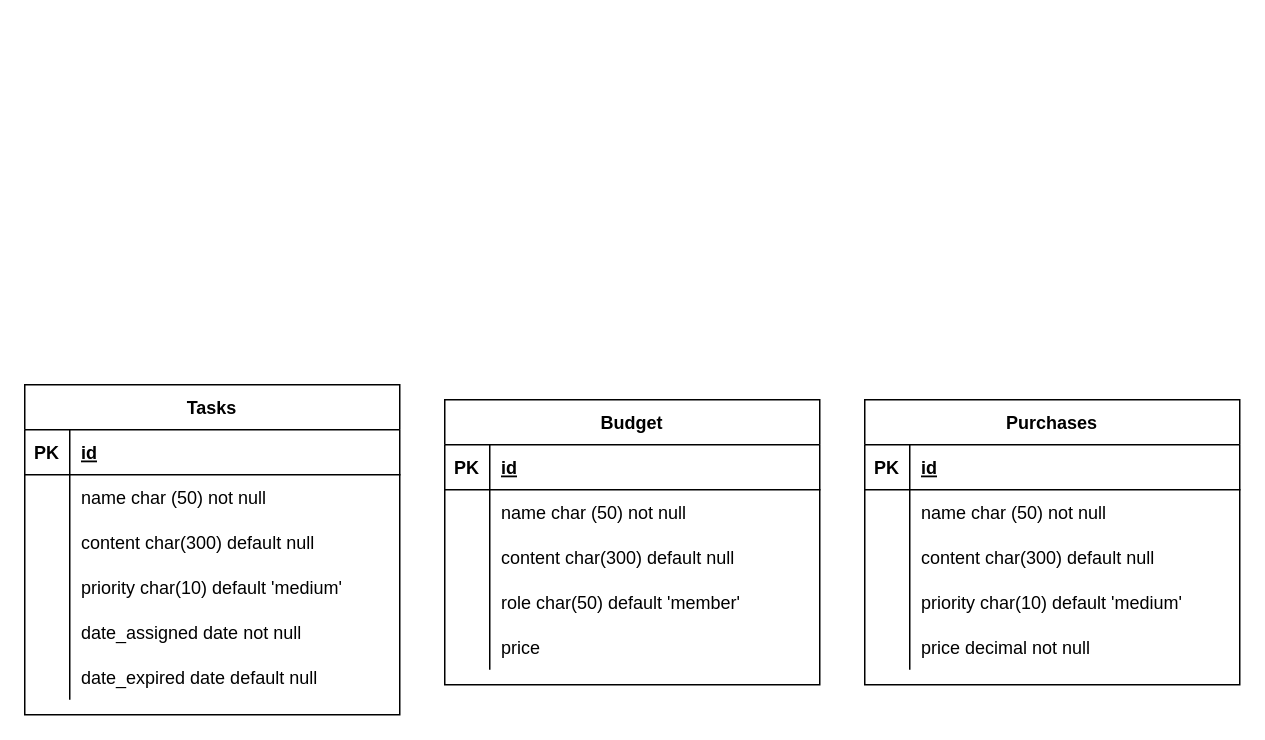
The draw.io diagram Schema.drawio in vittrum/todo, before the edit. Source tidied: cells renumbered, new cells numbered last; positions are measured from the earlier drawing's top-left corner, leaving out a move shared by most shapes. Both pictures are drawn from the tidied source at 150%, with x=0, y=0 at pixel (24, 384).
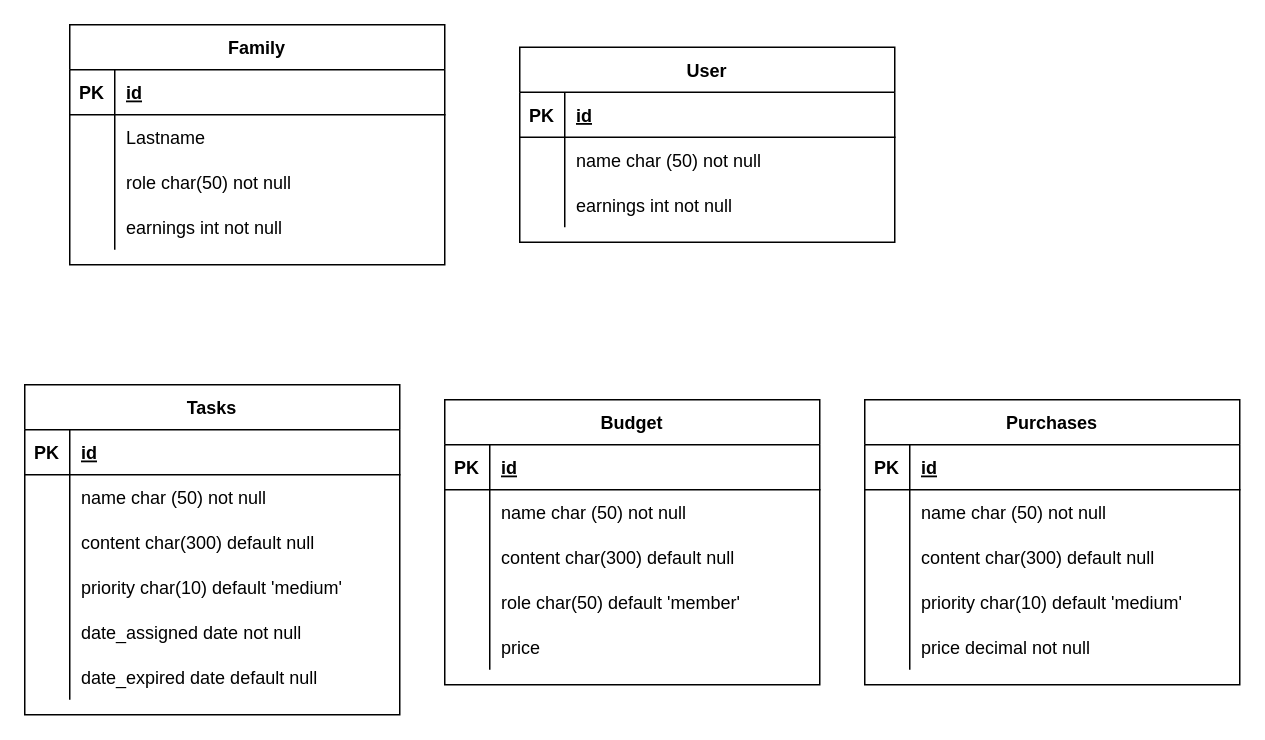
Above is the later version.

The edit, as a diff of the source:
```diff
@@
+    <mxCell id="53" value="User" style="shape=table;startSize=30;childLayout=tableLayout;rowLines=0;fontStyle=1;align=center;" parent="1" vertex="1">
+      <mxGeometry x="330" y="-225" width="250" height="130" as="geometry" />
+    </mxCell>
+    <mxCell id="54" style="shape=partialRectangle;fillColor=none;top=0;left=0;right=0;bottom=1;" parent="53" vertex="1">
+      <mxGeometry y="30" width="250" height="30" as="geometry" />
+    </mxCell>
+    <mxCell id="55" value="PK" style="shape=partialRectangle;overflow=hidden;fillColor=none;top=0;left=0;bottom=0;right=0;fontStyle=1;" parent="54" vertex="1">
+      <mxGeometry width="30" height="30" as="geometry" />
+    </mxCell>
+    <mxCell id="56" value="id" style="shape=partialRectangle;overflow=hidden;fillColor=none;top=0;left=0;bottom=0;right=0;align=left;spacingLeft=6;fontStyle=5;" parent="54" vertex="1">
+      <mxGeometry x="30" width="220" height="30" as="geometry" />
+    </mxCell>
+    <mxCell id="57" style="shape=partialRectangle;fillColor=none;top=0;left=0;right=0;bottom=0;" parent="53" vertex="1">
+      <mxGeometry y="60" width="250" height="30" as="geometry" />
+    </mxCell>
+    <mxCell id="58" style="shape=partialRectangle;overflow=hidden;fillColor=none;top=0;left=0;bottom=0;right=0;" parent="57" vertex="1">
+      <mxGeometry width="30" height="30" as="geometry" />
+    </mxCell>
+    <mxCell id="59" value="name char (50) not null" style="shape=partialRectangle;overflow=hidden;fillColor=none;top=0;left=0;bottom=0;right=0;align=left;spacingLeft=6;" parent="57" vertex="1">
+      <mxGeometry x="30" width="220" height="30" as="geometry" />
+    </mxCell>
+    <mxCell id="60" style="shape=partialRectangle;fillColor=none;top=0;left=0;right=0;bottom=0;" parent="53" vertex="1">
+      <mxGeometry y="90" width="250" height="30" as="geometry" />
+    </mxCell>
+    <mxCell id="61" style="shape=partialRectangle;overflow=hidden;fillColor=none;top=0;left=0;bottom=0;right=0;" parent="60" vertex="1">
+      <mxGeometry width="30" height="30" as="geometry" />
+    </mxCell>
+    <mxCell id="62" value="earnings int not null" style="shape=partialRectangle;overflow=hidden;fillColor=none;top=0;left=0;bottom=0;right=0;align=left;spacingLeft=6;" parent="60" vertex="1">
+      <mxGeometry x="30" width="220" height="30" as="geometry" />
+    </mxCell>
+    <mxCell id="63" value="Family" style="shape=table;startSize=30;childLayout=tableLayout;rowLines=0;fontStyle=1;align=center;" parent="1" vertex="1">
+      <mxGeometry x="30" y="-240" width="250" height="160" as="geometry" />
+    </mxCell>
+    <mxCell id="64" style="shape=partialRectangle;fillColor=none;top=0;left=0;right=0;bottom=1;" parent="63" vertex="1">
+      <mxGeometry y="30" width="250" height="30" as="geometry" />
+    </mxCell>
+    <mxCell id="65" value="PK" style="shape=partialRectangle;overflow=hidden;fillColor=none;top=0;left=0;bottom=0;right=0;fontStyle=1;" parent="64" vertex="1">
+      <mxGeometry width="30" height="30" as="geometry" />
+    </mxCell>
+    <mxCell id="66" value="id" style="shape=partialRectangle;overflow=hidden;fillColor=none;top=0;left=0;bottom=0;right=0;align=left;spacingLeft=6;fontStyle=5;" parent="64" vertex="1">
+      <mxGeometry x="30" width="220" height="30" as="geometry" />
+    </mxCell>
+    <mxCell id="67" style="shape=partialRectangle;fillColor=none;top=0;left=0;right=0;bottom=0;" parent="63" vertex="1">
+      <mxGeometry y="60" width="250" height="30" as="geometry" />
+    </mxCell>
+    <mxCell id="68" style="shape=partialRectangle;overflow=hidden;fillColor=none;top=0;left=0;bottom=0;right=0;" parent="67" vertex="1">
+      <mxGeometry width="30" height="30" as="geometry" />
+    </mxCell>
+    <mxCell id="69" value="Lastname" style="shape=partialRectangle;overflow=hidden;fillColor=none;top=0;left=0;bottom=0;right=0;align=left;spacingLeft=6;" parent="67" vertex="1">
+      <mxGeometry x="30" width="220" height="30" as="geometry" />
+    </mxCell>
+    <mxCell id="70" style="shape=partialRectangle;fillColor=none;top=0;left=0;right=0;bottom=0;" parent="63" vertex="1">
+      <mxGeometry y="90" width="250" height="30" as="geometry" />
+    </mxCell>
+    <mxCell id="71" style="shape=partialRectangle;overflow=hidden;fillColor=none;top=0;left=0;bottom=0;right=0;" parent="70" vertex="1">
+      <mxGeometry width="30" height="30" as="geometry" />
+    </mxCell>
+    <mxCell id="72" value="role char(50) not null" style="shape=partialRectangle;overflow=hidden;fillColor=none;top=0;left=0;bottom=0;right=0;align=left;spacingLeft=6;" parent="70" vertex="1">
+      <mxGeometry x="30" width="220" height="30" as="geometry" />
+    </mxCell>
+    <mxCell id="73" style="shape=partialRectangle;fillColor=none;top=0;left=0;right=0;bottom=0;" parent="63" vertex="1">
+      <mxGeometry y="120" width="250" height="30" as="geometry" />
+    </mxCell>
+    <mxCell id="74" style="shape=partialRectangle;overflow=hidden;fillColor=none;top=0;left=0;bottom=0;right=0;" parent="73" vertex="1">
+      <mxGeometry width="30" height="30" as="geometry" />
+    </mxCell>
+    <mxCell id="75" value="earnings int not null" style="shape=partialRectangle;overflow=hidden;fillColor=none;top=0;left=0;bottom=0;right=0;align=left;spacingLeft=6;" parent="73" vertex="1">
+      <mxGeometry x="30" width="220" height="30" as="geometry" />
+    </mxCell>
```
